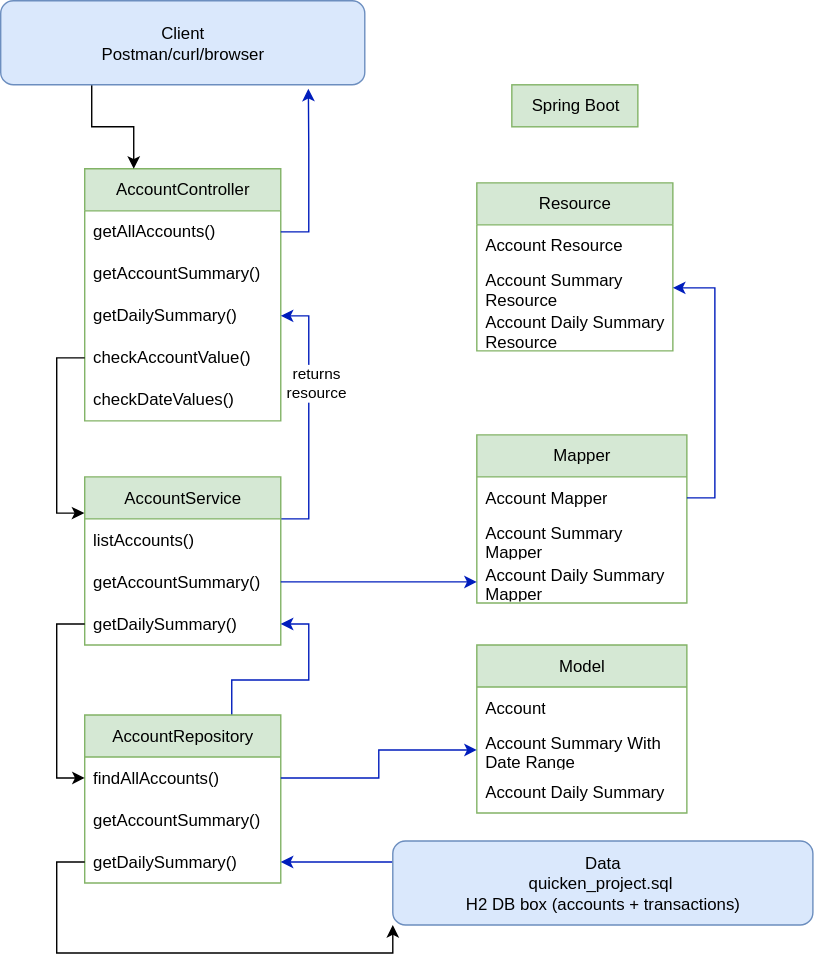
Earlier version of the draw.io export QuickenCloudDiagram.svg (trishajain12/quicken_project). Source tidied: cells renumbered, new cells last; positions are measured from the earlier drawing's top-left corner, leaving out a move shared by most shapes. Source of this version:
```xml
<mxGraphModel>
  <root>
    <mxCell id="0" />
    <mxCell id="1" parent="0" />
    <mxCell id="2" value="AccountController" style="swimlane;fontStyle=0;horizontal=1;startSize=30;whiteSpace=wrap;html=1;fillColor=#d5e8d4;strokeColor=#82b366;" parent="1" vertex="1">
      <mxGeometry x="60" y="120" width="140" height="180" as="geometry" />
    </mxCell>
    <mxCell id="3" value="getAllAccounts()" style="text;strokeColor=none;fillColor=none;align=left;verticalAlign=middle;spacingLeft=4;spacingRight=4;overflow=hidden;points=[[0,0.5],[1,0.5]];portConstraint=eastwest;whiteSpace=wrap;html=1;" parent="2" vertex="1">
      <mxGeometry y="30" width="140" height="30" as="geometry" />
    </mxCell>
    <mxCell id="4" value="getAccountSummary()" style="text;strokeColor=none;fillColor=none;align=left;verticalAlign=middle;spacingLeft=4;spacingRight=4;overflow=hidden;whiteSpace=wrap;html=1;" parent="2" vertex="1">
      <mxGeometry y="60" width="140" height="30" as="geometry" />
    </mxCell>
    <mxCell id="5" value="getDailySummary()" style="text;strokeColor=none;fillColor=none;align=left;verticalAlign=middle;spacingLeft=4;spacingRight=4;overflow=hidden;points=[[0,0.5],[1,0.5]];portConstraint=eastwest;whiteSpace=wrap;html=1;" parent="2" vertex="1">
      <mxGeometry y="90" width="140" height="30" as="geometry" />
    </mxCell>
    <mxCell id="6" value="checkAccountValue()" style="text;strokeColor=none;fillColor=none;align=left;verticalAlign=middle;spacingLeft=4;spacingRight=4;overflow=hidden;points=[[0,0.5],[1,0.5]];portConstraint=eastwest;whiteSpace=wrap;html=1;" parent="2" vertex="1">
      <mxGeometry y="120" width="140" height="30" as="geometry" />
    </mxCell>
    <mxCell id="7" value="checkDateValues()" style="text;strokeColor=none;fillColor=none;align=left;verticalAlign=middle;spacingLeft=4;spacingRight=4;overflow=hidden;whiteSpace=wrap;html=1;" parent="2" vertex="1">
      <mxGeometry y="150" width="140" height="30" as="geometry" />
    </mxCell>
    <mxCell id="8" style="edgeStyle=orthogonalEdgeStyle;rounded=0;jettySize=auto;html=1;exitX=1;exitY=0.25;exitDx=0;exitDy=0;entryX=1;entryY=0.5;entryDx=0;entryDy=0;fillColor=#0050ef;strokeColor=#001DBC;" parent="1" edge="1" source="10" target="5">
      <mxGeometry relative="1" as="geometry" />
    </mxCell>
    <mxCell id="9" value="returns&lt;div&gt;resource&lt;/div&gt;" style="edgeLabel;html=1;align=center;verticalAlign=middle;" parent="8" vertex="1">
      <mxGeometry x="0.28" y="-4" relative="1" as="geometry" />
    </mxCell>
    <mxCell id="10" value="AccountService" style="swimlane;fontStyle=0;horizontal=1;startSize=30;whiteSpace=wrap;html=1;fillColor=#d5e8d4;strokeColor=#82b366;" parent="1" vertex="1">
      <mxGeometry x="60" y="340" width="140" height="120" as="geometry" />
    </mxCell>
    <mxCell id="11" value="listAccounts()" style="text;strokeColor=none;fillColor=none;align=left;verticalAlign=middle;spacingLeft=4;spacingRight=4;overflow=hidden;points=[[0,0.5],[1,0.5]];portConstraint=eastwest;whiteSpace=wrap;html=1;" parent="10" vertex="1">
      <mxGeometry y="30" width="140" height="30" as="geometry" />
    </mxCell>
    <mxCell id="12" value="getAccountSummary()" style="text;strokeColor=none;fillColor=none;align=left;verticalAlign=middle;spacingLeft=4;spacingRight=4;overflow=hidden;points=[[0,0.5],[1,0.5]];portConstraint=eastwest;whiteSpace=wrap;html=1;" parent="10" vertex="1">
      <mxGeometry y="60" width="140" height="30" as="geometry" />
    </mxCell>
    <mxCell id="13" value="getDailySummary()" style="text;strokeColor=none;fillColor=none;align=left;verticalAlign=middle;spacingLeft=4;spacingRight=4;overflow=hidden;points=[[0,0.5],[1,0.5]];portConstraint=eastwest;whiteSpace=wrap;html=1;" parent="10" vertex="1">
      <mxGeometry y="90" width="140" height="30" as="geometry" />
    </mxCell>
    <mxCell id="14" style="edgeStyle=orthogonalEdgeStyle;rounded=0;jettySize=auto;html=1;exitX=0.75;exitY=0;exitDx=0;exitDy=0;entryX=1;entryY=0.5;entryDx=0;entryDy=0;fillColor=#0050ef;strokeColor=#001DBC;" parent="1" edge="1" source="15" target="13">
      <mxGeometry relative="1" as="geometry" />
    </mxCell>
    <mxCell id="15" value="AccountRepository" style="swimlane;fontStyle=0;horizontal=1;startSize=30;whiteSpace=wrap;html=1;fillColor=#d5e8d4;strokeColor=#82b366;" parent="1" vertex="1">
      <mxGeometry x="60" y="510" width="140" height="120" as="geometry" />
    </mxCell>
    <mxCell id="16" value="findAllAccounts()" style="text;strokeColor=none;fillColor=none;align=left;verticalAlign=middle;spacingLeft=4;spacingRight=4;overflow=hidden;points=[[0,0.5],[1,0.5]];portConstraint=eastwest;whiteSpace=wrap;html=1;" parent="15" vertex="1">
      <mxGeometry y="30" width="140" height="30" as="geometry" />
    </mxCell>
    <mxCell id="17" value="getAccountSummary()" style="text;strokeColor=none;fillColor=none;align=left;verticalAlign=middle;spacingLeft=4;spacingRight=4;overflow=hidden;whiteSpace=wrap;html=1;" parent="15" vertex="1">
      <mxGeometry y="60" width="140" height="30" as="geometry" />
    </mxCell>
    <mxCell id="18" value="getDailySummary()" style="text;strokeColor=none;fillColor=none;align=left;verticalAlign=middle;spacingLeft=4;spacingRight=4;overflow=hidden;points=[[0,0.5],[1,0.5]];portConstraint=eastwest;whiteSpace=wrap;html=1;" parent="15" vertex="1">
      <mxGeometry y="90" width="140" height="30" as="geometry" />
    </mxCell>
    <mxCell id="19" style="edgeStyle=orthogonalEdgeStyle;rounded=0;jettySize=auto;html=1;exitX=0.25;exitY=1;exitDx=0;exitDy=0;entryX=0.25;entryY=0;entryDx=0;entryDy=0;" parent="1" edge="1" source="20" target="2">
      <mxGeometry relative="1" as="geometry" />
    </mxCell>
    <mxCell id="20" value="Client&lt;div&gt;Postman/curl/browser&lt;/div&gt;" style="rounded=1;whiteSpace=wrap;html=1;fillColor=#dae8fc;strokeColor=#6c8ebf;" parent="1" vertex="1">
      <mxGeometry width="260" height="60" as="geometry" />
    </mxCell>
    <mxCell id="21" style="edgeStyle=orthogonalEdgeStyle;rounded=0;jettySize=auto;html=1;exitX=0;exitY=0.25;exitDx=0;exitDy=0;entryX=1;entryY=0.5;entryDx=0;entryDy=0;fillColor=#0050ef;strokeColor=#001DBC;" parent="1" edge="1" source="22" target="18">
      <mxGeometry relative="1" as="geometry" />
    </mxCell>
    <mxCell id="22" value="Data&lt;div&gt;quicken_project.sql&amp;nbsp;&lt;/div&gt;&lt;div&gt;H2 DB box (accounts + transactions)&lt;/div&gt;" style="rounded=1;whiteSpace=wrap;html=1;fillColor=#dae8fc;strokeColor=#6c8ebf;" parent="1" vertex="1">
      <mxGeometry x="280" y="600" width="300" height="60" as="geometry" />
    </mxCell>
    <mxCell id="23" value="Spring Boot" style="text;html=1;align=center;verticalAlign=middle;strokeColor=#82b366;fillColor=#d5e8d4;" parent="1" vertex="1">
      <mxGeometry x="365" y="60" width="90" height="30" as="geometry" />
    </mxCell>
    <mxCell id="24" value="Mapper" style="swimlane;fontStyle=0;horizontal=1;startSize=30;whiteSpace=wrap;html=1;fillColor=#d5e8d4;strokeColor=#82b366;" parent="1" vertex="1">
      <mxGeometry x="340" y="310" width="150" height="120" as="geometry" />
    </mxCell>
    <mxCell id="25" value="Account Mapper" style="text;strokeColor=none;fillColor=none;align=left;verticalAlign=middle;spacingLeft=4;spacingRight=4;overflow=hidden;points=[[0,0.5],[1,0.5]];portConstraint=eastwest;whiteSpace=wrap;html=1;" parent="24" vertex="1">
      <mxGeometry y="30" width="150" height="30" as="geometry" />
    </mxCell>
    <mxCell id="26" value="Account Summary Mapper" style="text;strokeColor=none;fillColor=none;align=left;verticalAlign=middle;spacingLeft=4;spacingRight=4;overflow=hidden;whiteSpace=wrap;html=1;" parent="24" vertex="1">
      <mxGeometry y="60" width="150" height="30" as="geometry" />
    </mxCell>
    <mxCell id="27" value="Account Daily Summary Mapper" style="text;strokeColor=none;fillColor=none;align=left;verticalAlign=middle;spacingLeft=4;spacingRight=4;overflow=hidden;points=[[0,0.5],[1,0.5]];portConstraint=eastwest;whiteSpace=wrap;html=1;" parent="24" vertex="1">
      <mxGeometry y="90" width="150" height="30" as="geometry" />
    </mxCell>
    <mxCell id="28" value="Resource" style="swimlane;fontStyle=0;horizontal=1;startSize=30;whiteSpace=wrap;html=1;fillColor=#d5e8d4;strokeColor=#82b366;" parent="1" vertex="1">
      <mxGeometry x="340" y="130" width="140" height="120" as="geometry" />
    </mxCell>
    <mxCell id="29" value="Account Resource" style="text;strokeColor=none;fillColor=none;align=left;verticalAlign=middle;spacingLeft=4;spacingRight=4;overflow=hidden;whiteSpace=wrap;html=1;" parent="28" vertex="1">
      <mxGeometry y="30" width="140" height="30" as="geometry" />
    </mxCell>
    <mxCell id="30" value="Account Summary Resource" style="text;strokeColor=none;fillColor=none;align=left;verticalAlign=middle;spacingLeft=4;spacingRight=4;overflow=hidden;points=[[0,0.5],[1,0.5]];portConstraint=eastwest;whiteSpace=wrap;html=1;" parent="28" vertex="1">
      <mxGeometry y="60" width="140" height="30" as="geometry" />
    </mxCell>
    <mxCell id="31" value="Account Daily Summary Resource" style="text;strokeColor=none;fillColor=none;align=left;verticalAlign=middle;spacingLeft=4;spacingRight=4;overflow=hidden;whiteSpace=wrap;html=1;" parent="28" vertex="1">
      <mxGeometry y="90" width="140" height="30" as="geometry" />
    </mxCell>
    <mxCell id="32" style="edgeStyle=orthogonalEdgeStyle;rounded=0;jettySize=auto;html=1;exitX=0;exitY=0.5;exitDx=0;exitDy=0;entryX=0;entryY=1;entryDx=0;entryDy=0;" parent="1" edge="1" source="18" target="22">
      <mxGeometry relative="1" as="geometry" />
    </mxCell>
    <mxCell id="33" style="edgeStyle=orthogonalEdgeStyle;rounded=0;jettySize=auto;html=1;exitX=0;exitY=0.5;exitDx=0;exitDy=0;entryX=-0.002;entryY=-0.138;entryDx=0;entryDy=0;entryPerimeter=0;" parent="1" edge="1" source="6" target="11">
      <mxGeometry relative="1" as="geometry" />
    </mxCell>
    <mxCell id="34" style="edgeStyle=orthogonalEdgeStyle;rounded=0;jettySize=auto;html=1;exitX=1;exitY=0.5;exitDx=0;exitDy=0;entryX=1;entryY=0.5;entryDx=0;entryDy=0;fillColor=#0050ef;strokeColor=#001DBC;" parent="1" edge="1" source="25" target="30">
      <mxGeometry relative="1" as="geometry" />
    </mxCell>
    <mxCell id="35" style="edgeStyle=orthogonalEdgeStyle;rounded=0;jettySize=auto;html=1;exitX=1;exitY=0.5;exitDx=0;exitDy=0;entryX=0.845;entryY=1.046;entryDx=0;entryDy=0;entryPerimeter=0;fillColor=#0050ef;strokeColor=#001DBC;" parent="1" edge="1" source="3" target="20">
      <mxGeometry relative="1" as="geometry" />
    </mxCell>
    <mxCell id="36" style="edgeStyle=orthogonalEdgeStyle;rounded=0;jettySize=auto;html=1;exitX=1;exitY=0.5;exitDx=0;exitDy=0;entryX=0;entryY=0.5;entryDx=0;entryDy=0;fillColor=#0050ef;strokeColor=#001DBC;" parent="1" edge="1" source="12" target="27">
      <mxGeometry relative="1" as="geometry" />
    </mxCell>
    <mxCell id="37" style="edgeStyle=orthogonalEdgeStyle;rounded=0;jettySize=auto;html=1;exitX=0;exitY=0.5;exitDx=0;exitDy=0;entryX=0;entryY=0.5;entryDx=0;entryDy=0;" parent="1" edge="1" source="13" target="16">
      <mxGeometry relative="1" as="geometry" />
    </mxCell>
    <mxCell id="38" value="Model" style="swimlane;fontStyle=0;horizontal=1;startSize=30;whiteSpace=wrap;html=1;fillColor=#d5e8d4;strokeColor=#82b366;" parent="1" vertex="1">
      <mxGeometry x="340" y="460" width="150" height="120" as="geometry" />
    </mxCell>
    <mxCell id="39" value="Account" style="text;strokeColor=none;fillColor=none;align=left;verticalAlign=middle;spacingLeft=4;spacingRight=4;overflow=hidden;whiteSpace=wrap;html=1;" parent="38" vertex="1">
      <mxGeometry y="30" width="150" height="30" as="geometry" />
    </mxCell>
    <mxCell id="40" value="Account Summary With Date Range" style="text;strokeColor=none;fillColor=none;align=left;verticalAlign=middle;spacingLeft=4;spacingRight=4;overflow=hidden;points=[[0,0.5],[1,0.5]];portConstraint=eastwest;whiteSpace=wrap;html=1;" parent="38" vertex="1">
      <mxGeometry y="60" width="150" height="30" as="geometry" />
    </mxCell>
    <mxCell id="41" value="Account Daily Summary" style="text;strokeColor=none;fillColor=none;align=left;verticalAlign=middle;spacingLeft=4;spacingRight=4;overflow=hidden;whiteSpace=wrap;html=1;" parent="38" vertex="1">
      <mxGeometry y="90" width="150" height="30" as="geometry" />
    </mxCell>
    <mxCell id="42" style="edgeStyle=orthogonalEdgeStyle;rounded=0;jettySize=auto;html=1;exitX=1;exitY=0.5;exitDx=0;exitDy=0;entryX=0;entryY=0.5;entryDx=0;entryDy=0;fillColor=#0050ef;strokeColor=#001DBC;" parent="1" edge="1" source="16" target="40">
      <mxGeometry relative="1" as="geometry" />
    </mxCell>
  </root>
</mxGraphModel>
```
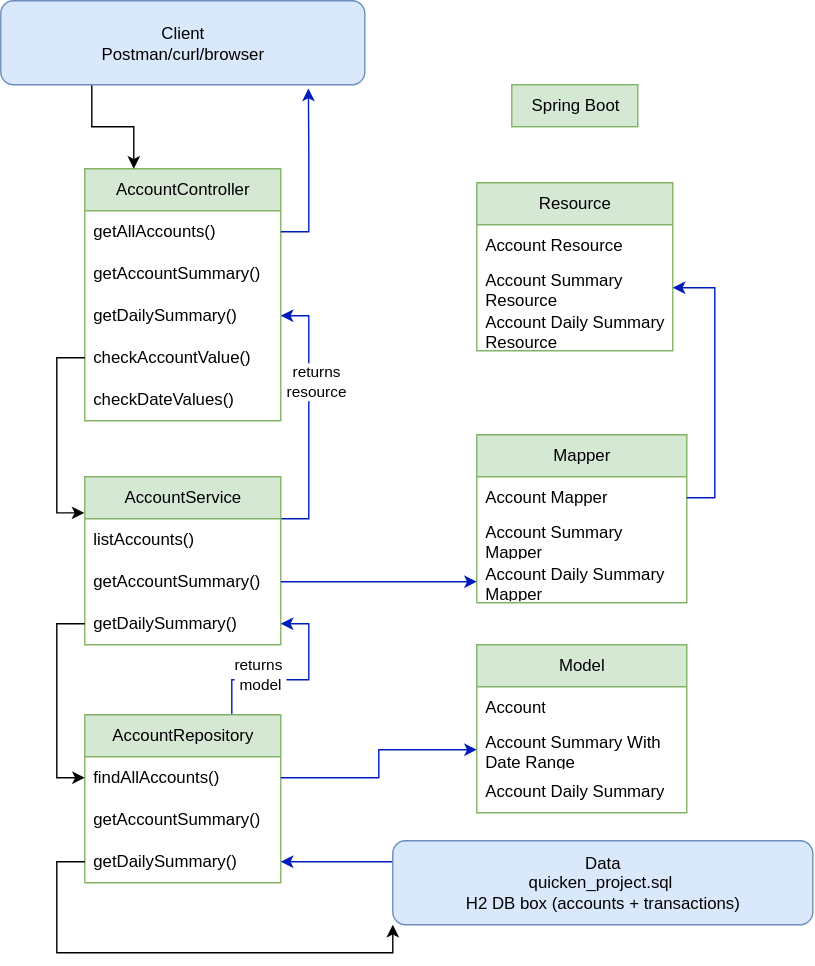
After the change.

Diff of the diagram source:
```diff
@@ -41,6 +41,9 @@
     <mxCell id="14" style="edgeStyle=orthogonalEdgeStyle;rounded=0;jettySize=auto;html=1;exitX=0.75;exitY=0;exitDx=0;exitDy=0;entryX=1;entryY=0.5;entryDx=0;entryDy=0;fillColor=#0050ef;strokeColor=#001DBC;" parent="1" edge="1" source="15" target="13">
       <mxGeometry relative="1" as="geometry" />
     </mxCell>
+    <mxCell id="43" value="returns&amp;nbsp;&lt;div&gt;model&lt;/div&gt;" style="edgeLabel;html=1;align=center;verticalAlign=middle;" parent="14" vertex="1">
+      <mxGeometry x="-0.37" y="5" relative="1" as="geometry" />
+    </mxCell>
     <mxCell id="15" value="AccountRepository" style="swimlane;fontStyle=0;horizontal=1;startSize=30;whiteSpace=wrap;html=1;fillColor=#d5e8d4;strokeColor=#82b366;" parent="1" vertex="1">
       <mxGeometry x="60" y="510" width="140" height="120" as="geometry" />
     </mxCell>
```
